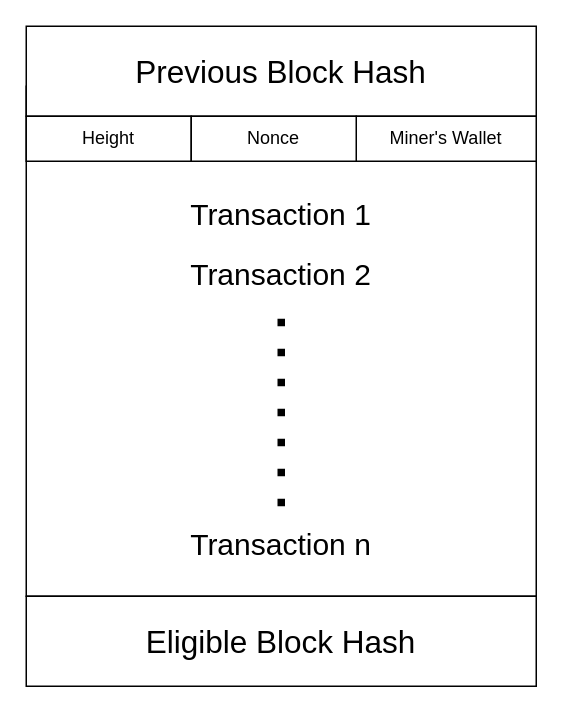
MlgEpicBanana69/dreamveil keeps this draw.io diagram as Diagrams/Block.drawio. Above is the earlier version. Source tidied: cells renumbered, new cells numbered last; positions are measured from the earlier drawing's top-left corner, leaving out a move shared by most shapes. Both pictures are drawn from the tidied source at 150%, with x=0, y=0 at pixel (26, 26).
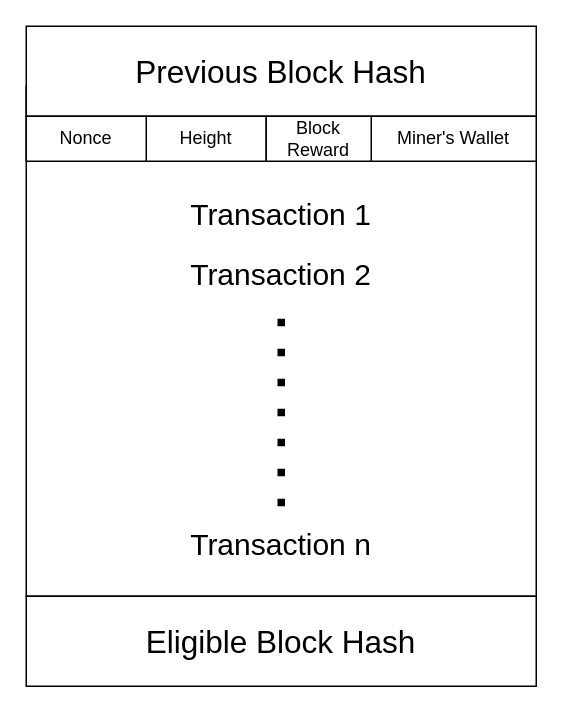
After the change.

Commit message:
Changed block information

What changed in the source:
```diff
@@
 <mxGraphModel>
   <root>
     <mxCell id="0" />
     <mxCell id="1" parent="0" />
     <mxCell id="2" style="rounded=0;whiteSpace=wrap;html=1;" parent="1" vertex="1">
       <mxGeometry y="40" width="340" height="340" as="geometry" />
     </mxCell>
     <mxCell id="3" value="Previous Block Hash" style="rounded=0;whiteSpace=wrap;html=1;fontSize=21;" parent="1" vertex="1">
       <mxGeometry width="340" height="60" as="geometry" />
     </mxCell>
     <mxCell id="4" value="Eligible Block Hash" style="rounded=0;whiteSpace=wrap;html=1;fontSize=21;" parent="1" vertex="1">
       <mxGeometry y="380" width="340" height="60" as="geometry" />
     </mxCell>
     <mxCell id="5" value="Transaction 1" style="text;html=1;strokeColor=none;fillColor=none;align=center;verticalAlign=middle;whiteSpace=wrap;rounded=0;fontSize=20;" parent="1" vertex="1">
       <mxGeometry x="70" y="100" width="200" height="50" as="geometry" />
     </mxCell>
     <mxCell id="6" value="Transaction 2" style="text;html=1;strokeColor=none;fillColor=none;align=center;verticalAlign=middle;whiteSpace=wrap;rounded=0;fontSize=20;" parent="1" vertex="1">
       <mxGeometry x="70" y="140" width="200" height="50" as="geometry" />
     </mxCell>
     <mxCell id="7" value="Transaction n" style="text;html=1;strokeColor=none;fillColor=none;align=center;verticalAlign=middle;whiteSpace=wrap;rounded=0;fontSize=20;" parent="1" vertex="1">
       <mxGeometry x="70" y="320" width="200" height="50" as="geometry" />
     </mxCell>
     <mxCell id="8" style="endArrow=none;dashed=1;html=1;dashPattern=1 3;strokeWidth=5;rounded=0;fontSize=20;entryX=0.5;entryY=1;entryDx=0;entryDy=0;exitX=0.5;exitY=0;exitDx=0;exitDy=0;jumpSize=17;jumpStyle=none;endSize=6;" parent="1" edge="1" source="7" target="6">
       <mxGeometry relative="1" as="geometry" />
     </mxCell>
     <mxCell id="9" value="Height" style="rounded=0;whiteSpace=wrap;html=1;" parent="1" vertex="1">
-      <mxGeometry y="60" width="110" height="30" as="geometry" />
+      <mxGeometry x="80" y="60" width="80" height="30" as="geometry" />
     </mxCell>
     <mxCell id="10" value="Miner's Wallet" style="rounded=0;whiteSpace=wrap;html=1;" parent="1" vertex="1">
-      <mxGeometry x="220" y="60" width="120" height="30" as="geometry" />
+      <mxGeometry x="230" y="60" width="110" height="30" as="geometry" />
     </mxCell>
     <mxCell id="11" value="Nonce" style="rounded=0;whiteSpace=wrap;html=1;" parent="1" vertex="1">
-      <mxGeometry x="110" y="60" width="110" height="30" as="geometry" />
+      <mxGeometry y="60" width="80" height="30" as="geometry" />
     </mxCell>
+    <mxCell id="12" value="Block Reward" style="rounded=0;whiteSpace=wrap;html=1;" parent="1" vertex="1">
+      <mxGeometry x="160" y="60" width="70" height="30" as="geometry" />
+    </mxCell>
   </root>
 </mxGraphModel>
```
